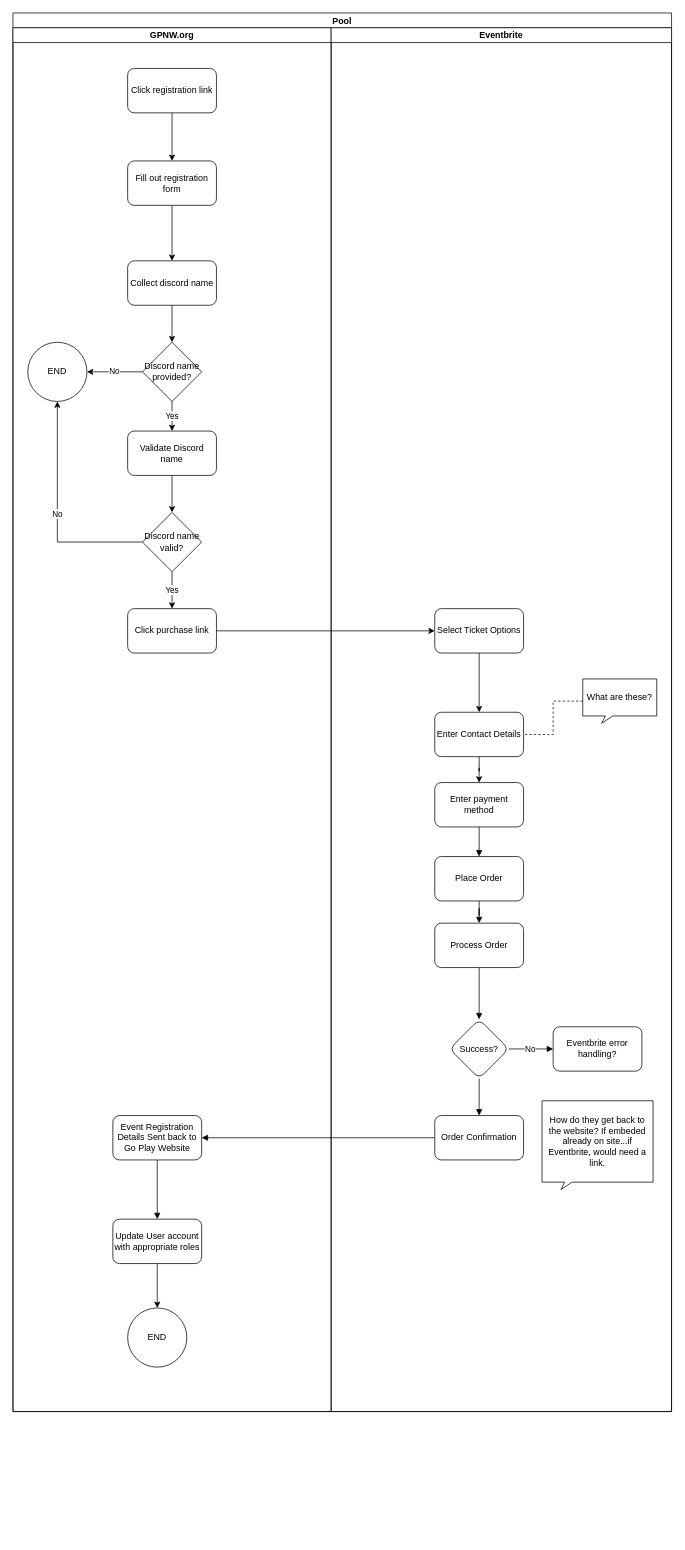
Go-Play-NW/gpnw-diagrams keeps this draw.io diagram as page "Event Registration" (1 of 2) of User Registration Workflow.drawio. Above is the earlier version. Source tidied: cells renumbered, new cells numbered last; positions are measured from the earlier drawing's top-left corner, leaving out a move shared by most shapes. Both pictures are drawn from the tidied source at 74%, with x=0, y=0 at pixel (13, 13).
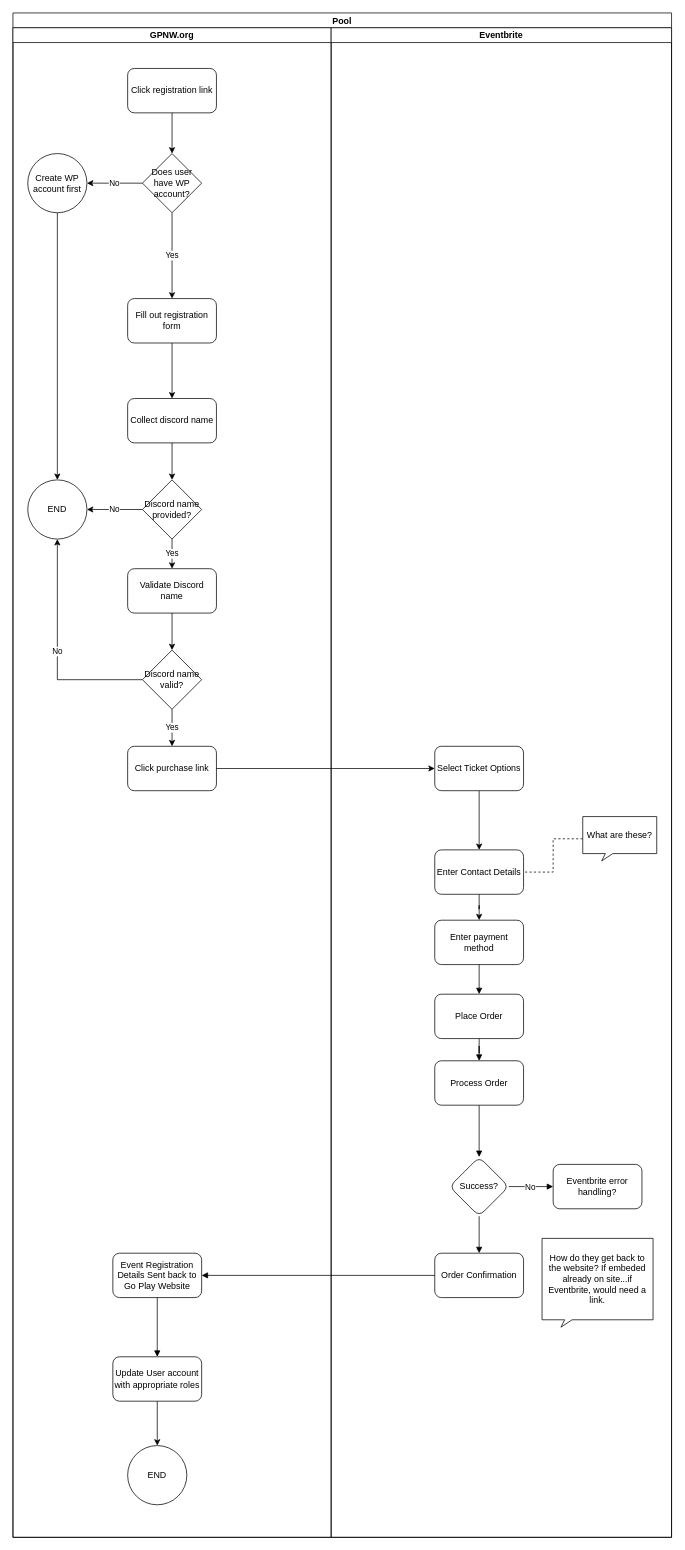
The same diagram, later.

Unchanged cells that the change refers to:
```xml
<mxCell id="19" value="&lt;div&gt;Click registration link&lt;/div&gt;" style="rounded=1;whiteSpace=wrap;html=1;" parent="3" vertex="1">
  <mxGeometry x="155" y="55" width="120" height="60" as="geometry" />
</mxCell>
```

Change to the diagram source:
```diff
@@
     <mxCell id="2" value="Pool" style="swimlane;startSize=20;" parent="1" vertex="1">
-      <mxGeometry width="890" height="1890" as="geometry" />
+      <mxGeometry width="890" height="2060" as="geometry" />
     </mxCell>
     <mxCell id="3" value="GPNW.org" style="swimlane;startSize=20;" parent="2" vertex="1">
-      <mxGeometry y="20" width="430" height="1870" as="geometry" />
+      <mxGeometry y="20" width="430" height="2040" as="geometry" />
     </mxCell>
-    <mxCell id="4" style="endArrow=classic;html=1;rounded=0;" parent="3" edge="1" source="19" target="5">
+    <mxCell id="4" value="Yes" style="endArrow=classic;html=1;rounded=0;" parent="3" edge="1" source="49" target="5">
       <mxGeometry relative="1" as="geometry" />
     </mxCell>
     <mxCell id="5" value="&lt;div&gt;Fill out registration form&lt;/div&gt;" style="rounded=1;whiteSpace=wrap;html=1;" parent="3" vertex="1">
-      <mxGeometry x="155" y="180" width="120" height="60" as="geometry" />
+      <mxGeometry x="155" y="366" width="120" height="60" as="geometry" />
     </mxCell>
     <mxCell id="6" value="Collect discord name" style="rounded=1;whiteSpace=wrap;html=1;" parent="3" vertex="1">
-      <mxGeometry x="155" y="315" width="120" height="60" as="geometry" />
+      <mxGeometry x="155" y="501" width="120" height="60" as="geometry" />
     </mxCell>
@@
     <mxCell id="8" value="Discord name provided?" style="rhombus;whiteSpace=wrap;html=1;" parent="3" vertex="1">
-      <mxGeometry x="175" y="425" width="80" height="80" as="geometry" />
+      <mxGeometry x="175" y="611" width="80" height="80" as="geometry" />
     </mxCell>
@@
     <mxCell id="10" value="&lt;div&gt;Validate Discord name&lt;/div&gt;" style="rounded=1;whiteSpace=wrap;html=1;" parent="3" vertex="1">
-      <mxGeometry x="155" y="545" width="120" height="60" as="geometry" />
+      <mxGeometry x="155" y="731" width="120" height="60" as="geometry" />
     </mxCell>
@@
     <mxCell id="12" value="END" style="ellipse;whiteSpace=wrap;html=1;" parent="3" vertex="1">
-      <mxGeometry x="20" y="425" width="80" height="80" as="geometry" />
+      <mxGeometry x="20" y="611" width="80" height="80" as="geometry" />
     </mxCell>
@@
     <mxCell id="14" value="Click purchase link" style="rounded=1;whiteSpace=wrap;html=1;" parent="3" vertex="1">
-      <mxGeometry x="155" y="785" width="120" height="60" as="geometry" />
+      <mxGeometry x="155" y="971" width="120" height="60" as="geometry" />
     </mxCell>
     <mxCell id="15" value="&lt;div&gt;No&lt;/div&gt;" style="edgeStyle=orthogonalEdgeStyle;rounded=0;jettySize=auto;html=1;" parent="3" edge="1" source="16" target="12">
       <mxGeometry relative="1" as="geometry">
         <Array as="points">
-          <mxPoint x="60" y="695" />
+          <mxPoint x="60" y="881" />
         </Array>
       </mxGeometry>
     </mxCell>
     <mxCell id="16" value="Discord name valid?" style="rhombus;whiteSpace=wrap;html=1;" parent="3" vertex="1">
-      <mxGeometry x="175" y="655" width="80" height="80" as="geometry" />
+      <mxGeometry x="175" y="841" width="80" height="80" as="geometry" />
     </mxCell>
@@
+    <mxCell id="47" style="edgeStyle=orthogonalEdgeStyle;rounded=0;jettySize=auto;html=1;" parent="3" edge="1" source="19" target="49">
+      <mxGeometry relative="1" as="geometry" />
+    </mxCell>
@@
     <mxCell id="21" value="Event Registration Details Sent back to Go Play Website" style="rounded=1;whiteSpace=wrap;html=1;" parent="3" vertex="1">
-      <mxGeometry x="135" y="1470" width="120" height="60" as="geometry" />
+      <mxGeometry x="135" y="1656" width="120" height="60" as="geometry" />
     </mxCell>
@@
     <mxCell id="23" value="Update User account with appropriate roles" style="whiteSpace=wrap;html=1;rounded=1;" parent="3" vertex="1">
-      <mxGeometry x="135" y="1610" width="120" height="60" as="geometry" />
+      <mxGeometry x="135" y="1796" width="120" height="60" as="geometry" />
     </mxCell>
     <mxCell id="24" value="END" style="ellipse;whiteSpace=wrap;html=1;" parent="3" vertex="1">
-      <mxGeometry x="155" y="1730" width="80" height="80" as="geometry" />
+      <mxGeometry x="155" y="1916" width="80" height="80" as="geometry" />
     </mxCell>
+    <mxCell id="48" value="No" style="edgeStyle=orthogonalEdgeStyle;rounded=0;jettySize=auto;html=1;" parent="3" edge="1" source="49" target="51">
+      <mxGeometry relative="1" as="geometry" />
+    </mxCell>
+    <mxCell id="49" value="Does user have WP account?" style="rhombus;whiteSpace=wrap;html=1;" parent="3" vertex="1">
+      <mxGeometry x="175" y="170" width="80" height="80" as="geometry" />
+    </mxCell>
+    <mxCell id="50" style="edgeStyle=orthogonalEdgeStyle;rounded=0;jettySize=auto;html=1;" parent="3" edge="1" source="51" target="12">
+      <mxGeometry relative="1" as="geometry" />
+    </mxCell>
+    <mxCell id="51" value="Create WP account first" style="ellipse;whiteSpace=wrap;html=1;" parent="3" vertex="1">
+      <mxGeometry x="20" y="170" width="80" height="80" as="geometry" />
+    </mxCell>
     <mxCell id="25" value="Eventbrite" style="swimlane;startSize=20;" parent="2" vertex="1">
-      <mxGeometry x="430" y="20" width="460" height="1870" as="geometry" />
+      <mxGeometry x="430" y="20" width="460" height="2040" as="geometry" />
     </mxCell>
@@
     <mxCell id="27" value="Select Ticket Options" style="rounded=1;whiteSpace=wrap;html=1;" parent="25" vertex="1">
-      <mxGeometry x="140" y="785" width="120" height="60" as="geometry" />
+      <mxGeometry x="140" y="971" width="120" height="60" as="geometry" />
     </mxCell>
@@
     <mxCell id="29" value="Enter Contact Details" style="whiteSpace=wrap;html=1;rounded=1;" parent="25" vertex="1">
-      <mxGeometry x="140" y="925" width="120" height="60" as="geometry" />
+      <mxGeometry x="140" y="1111" width="120" height="60" as="geometry" />
     </mxCell>
@@
     <mxCell id="31" value="Enter payment method" style="whiteSpace=wrap;html=1;rounded=1;" parent="25" vertex="1">
-      <mxGeometry x="140" y="1020" width="120" height="60" as="geometry" />
+      <mxGeometry x="140" y="1206" width="120" height="60" as="geometry" />
     </mxCell>
@@
     <mxCell id="33" value="What are these?" style="whiteSpace=wrap;html=1;shape=mxgraph.basic.rectCallout;dx=35.56;dy=10;boundedLbl=1;" parent="25" vertex="1">
-      <mxGeometry x="340" y="880" width="100" height="60" as="geometry" />
+      <mxGeometry x="340" y="1066" width="100" height="60" as="geometry" />
     </mxCell>
@@
     <mxCell id="35" value="Place Order" style="whiteSpace=wrap;html=1;rounded=1;" parent="25" vertex="1">
-      <mxGeometry x="140" y="1120" width="120" height="60" as="geometry" />
+      <mxGeometry x="140" y="1306" width="120" height="60" as="geometry" />
     </mxCell>
@@
     <mxCell id="37" value="Process Order" style="whiteSpace=wrap;html=1;rounded=1;" parent="25" vertex="1">
-      <mxGeometry x="140" y="1210" width="120" height="60" as="geometry" />
+      <mxGeometry x="140" y="1396" width="120" height="60" as="geometry" />
     </mxCell>
@@
     <mxCell id="41" value="Success?" style="rhombus;whiteSpace=wrap;html=1;rounded=1;" parent="25" vertex="1">
-      <mxGeometry x="160" y="1340" width="80" height="80" as="geometry" />
+      <mxGeometry x="160" y="1526" width="80" height="80" as="geometry" />
     </mxCell>
     <mxCell id="42" value="Eventbrite error handling?" style="whiteSpace=wrap;html=1;rounded=1;" parent="25" vertex="1">
-      <mxGeometry x="300" y="1350" width="120" height="60" as="geometry" />
+      <mxGeometry x="300" y="1536" width="120" height="60" as="geometry" />
     </mxCell>
     <mxCell id="43" value="Order Confirmation" style="whiteSpace=wrap;html=1;rounded=1;" parent="25" vertex="1">
-      <mxGeometry x="140" y="1470" width="120" height="60" as="geometry" />
+      <mxGeometry x="140" y="1656" width="120" height="60" as="geometry" />
     </mxCell>
     <mxCell id="44" value="How do they get back to the website? If embeded already on site...if Eventbrite, would need a link." style="whiteSpace=wrap;html=1;shape=mxgraph.basic.rectCallout;dx=35.56;dy=10;boundedLbl=1;" parent="25" vertex="1">
-      <mxGeometry x="285" y="1450" width="150" height="120" as="geometry" />
+      <mxGeometry x="285" y="1636" width="150" height="120" as="geometry" />
     </mxCell>
```
